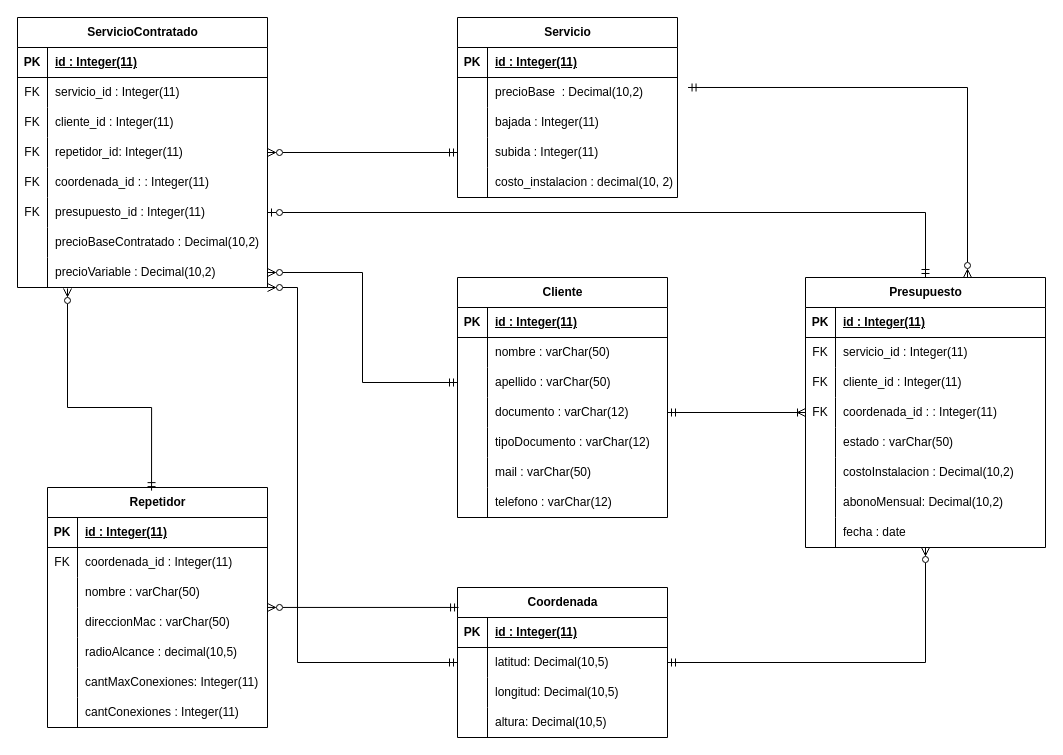
This is dds/Punto 1/der.drawio from LucianoFoglia/tp-dds-20230919, a draw.io file, before an edit. Source tidied: cells renumbered, new cells numbered last; positions are measured from the earlier drawing's top-left corner, leaving out a move shared by most shapes. Both pictures are drawn from the tidied source at 100%, with x=0, y=0 at pixel (17, 17).
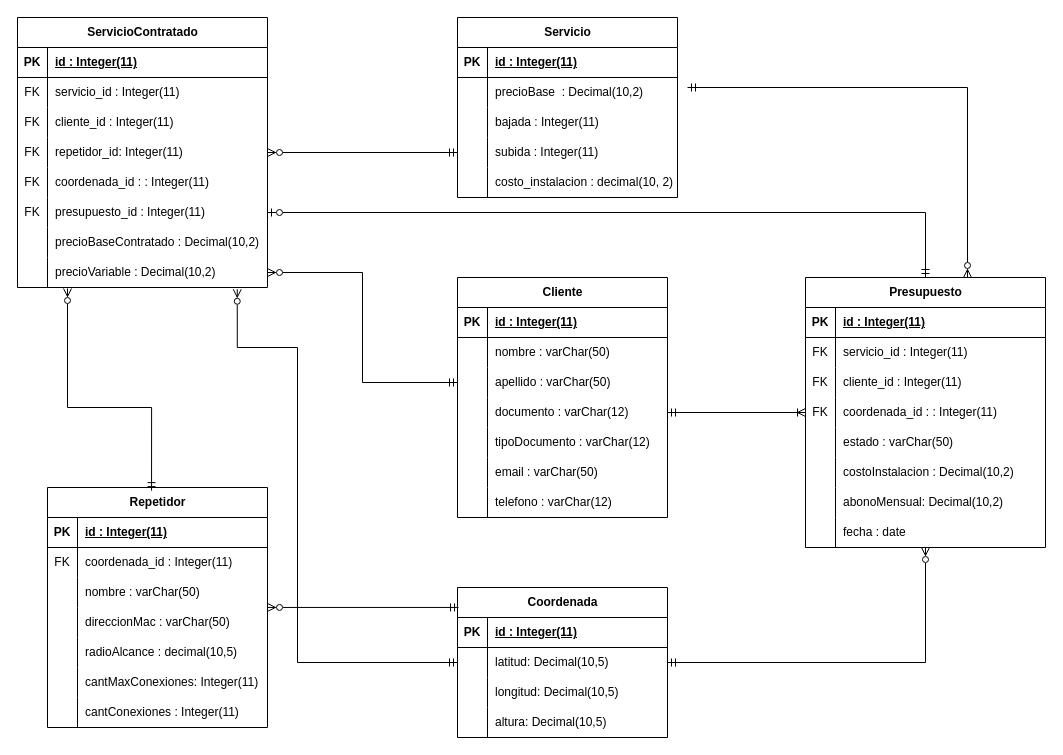
After the change.

Commit message (it also covers changes not shown here):
Ahora si termine el punto 1

Unchanged cells that the change refers to:
```xml
<mxCell id="6" style="shape=tableRow;horizontal=0;startSize=0;swimlaneHead=0;swimlaneBody=0;fillColor=none;points=[[0,0.5],[1,0.5]];portConstraint=eastwest;top=0;left=0;right=0;bottom=0;" parent="2" vertex="1">
  <mxGeometry y="60" width="220" height="30" as="geometry" />
</mxCell>
<mxCell id="18" value="Coordenada" style="shape=table;startSize=30;childLayout=tableLayout;rowLines=0;fontStyle=1;align=center;html=1;" parent="1" vertex="1">
  <mxGeometry x="440" y="570" width="210" height="150" as="geometry" />
</mxCell>
<mxCell id="47" style="shape=tableRow;horizontal=0;startSize=0;swimlaneHead=0;swimlaneBody=0;fillColor=none;top=0;left=0;right=0;bottom=0;" parent="31" vertex="1">
  <mxGeometry y="180" width="210" height="30" as="geometry" />
</mxCell>
<mxCell id="80" value="ServicioContratado" style="shape=table;startSize=30;childLayout=tableLayout;rowLines=0;fontStyle=1;align=center;html=1;" parent="1" vertex="1">
  <mxGeometry width="250" height="270" as="geometry" />
</mxCell>
<mxCell id="102" style="shape=tableRow;horizontal=0;startSize=0;swimlaneHead=0;swimlaneBody=0;fillColor=none;points=[[0,0.5],[1,0.5]];portConstraint=eastwest;top=0;left=0;right=0;bottom=0;" parent="80" vertex="1">
  <mxGeometry y="240" width="250" height="30" as="geometry" />
</mxCell>
<mxCell id="107" value="Presupuesto" style="shape=table;startSize=30;childLayout=tableLayout;rowLines=0;fontStyle=1;align=center;html=1;" parent="1" vertex="1">
  <mxGeometry x="788" y="260" width="240" height="270" as="geometry" />
</mxCell>
```

Change to the diagram source:
```diff
@@
-    <mxCell id="49" value="mail : varChar(50)" style="shape=partialRectangle;fillColor=none;top=0;left=0;bottom=0;right=0;align=left;spacingLeft=6;overflow=hidden;whiteSpace=wrap;html=1;" parent="47" vertex="1">
+    <mxCell id="49" value="email : varChar(50)" style="shape=partialRectangle;fillColor=none;top=0;left=0;bottom=0;right=0;align=left;spacingLeft=6;overflow=hidden;whiteSpace=wrap;html=1;" parent="47" vertex="1">
       <mxGeometry x="30" width="180" height="30" as="geometry" />
     </mxCell>
@@
-    <mxCell id="79" style="edgeStyle=orthogonalEdgeStyle;rounded=0;jettySize=auto;html=1;startArrow=ERzeroToMany;startFill=0;endArrow=ERmandOne;endFill=0;" parent="1" edge="1" source="80" target="18">
+    <mxCell id="79" style="edgeStyle=orthogonalEdgeStyle;rounded=0;jettySize=auto;html=1;startArrow=ERzeroToMany;startFill=0;endArrow=ERmandOne;endFill=0;exitX=0.879;exitY=1.059;exitDx=0;exitDy=0;exitPerimeter=0;" parent="1" edge="1" source="102" target="18">
       <mxGeometry relative="1" as="geometry">
         <Array as="points">
-          <mxPoint x="280" y="270" />
+          <mxPoint x="220" y="330" />
+          <mxPoint x="280" y="330" />
           <mxPoint x="280" y="645" />
         </Array>
       </mxGeometry>
     </mxCell>
@@
-    <mxCell id="105" style="edgeStyle=orthogonalEdgeStyle;rounded=0;jettySize=auto;html=1;entryX=1.048;entryY=0.333;entryDx=0;entryDy=0;entryPerimeter=0;endArrow=ERmandOne;endFill=0;startArrow=ERzeroToMany;startFill=0;" parent="1" edge="1" source="107" target="6">
+    <mxCell id="105" style="edgeStyle=orthogonalEdgeStyle;rounded=0;jettySize=auto;html=1;endArrow=ERmandOne;endFill=0;startArrow=ERzeroToMany;startFill=0;" parent="1" edge="1" source="107">
       <mxGeometry relative="1" as="geometry">
+        <mxPoint x="670" y="70" as="targetPoint" />
         <Array as="points">
           <mxPoint x="950" y="70" />
         </Array>
       </mxGeometry>
     </mxCell>
```
